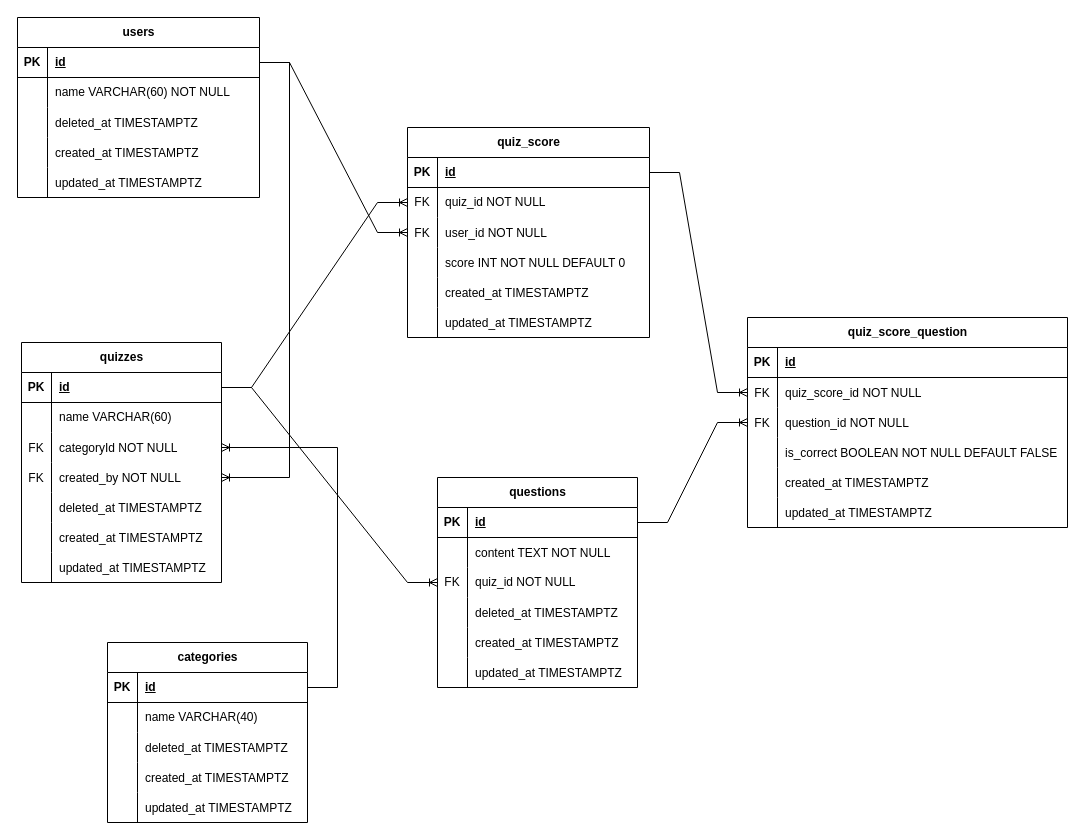
Above: docs/diagramaLogico.drawio in yandevv/backend-intelliquiz (draw.io), before the change. Source tidied: cells renumbered, new cells numbered last; positions are measured from the earlier drawing's top-left corner, leaving out a move shared by most shapes. Both pictures are drawn from the tidied source at 100%, with x=0, y=0 at pixel (17, 17).
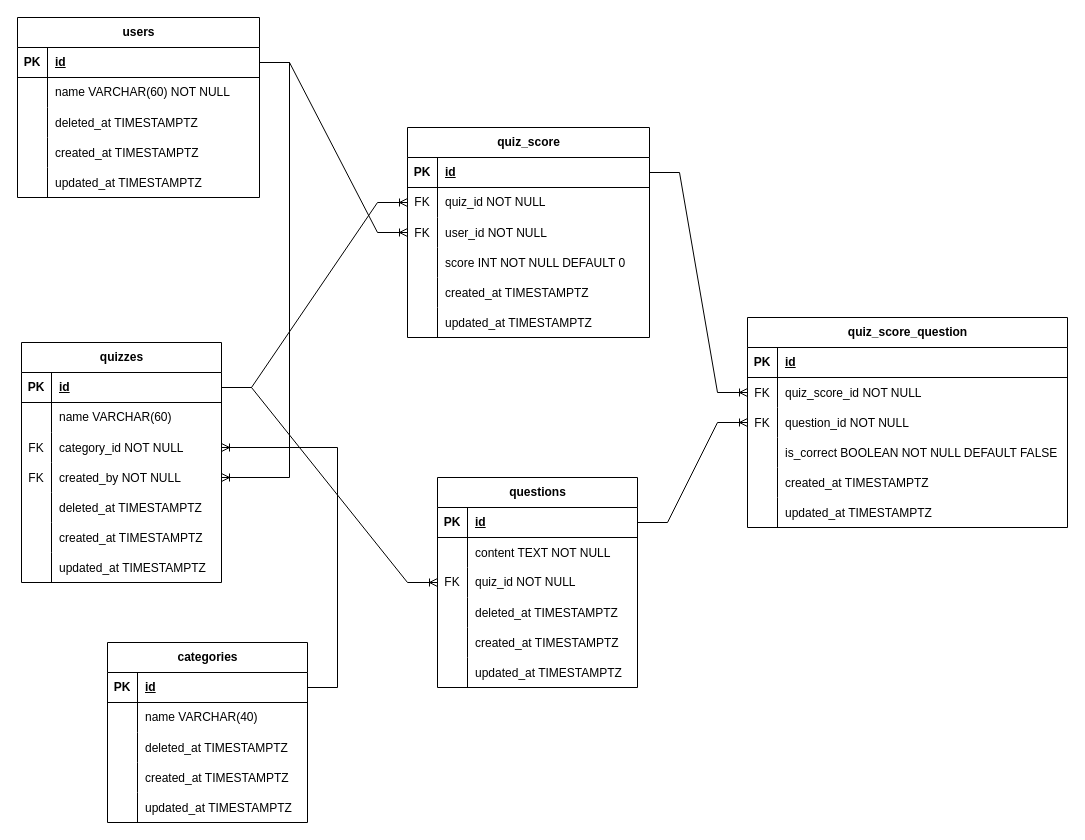
Above is the later version.

Commit message (it also covers changes not shown here):
docs(logicalDiagram): added createdBy user's column on quizzes

The change refers to these unchanged cells:
```xml
<mxCell id="25" style="shape=tableRow;horizontal=0;startSize=0;swimlaneHead=0;swimlaneBody=0;fillColor=none;points=[[0,0.5],[1,0.5]];portConstraint=eastwest;top=0;left=0;right=0;bottom=0;" parent="18" vertex="1">
  <mxGeometry y="90" width="200" height="30" as="geometry" />
</mxCell>
```

Diff of the diagram source:
```diff
@@
-    <mxCell id="27" value="categoryId NOT NULL" style="shape=partialRectangle;fillColor=none;top=0;left=0;bottom=0;right=0;align=left;spacingLeft=6;overflow=hidden;flipV=0;" parent="25" vertex="1">
+    <mxCell id="27" value="category_id NOT NULL" style="shape=partialRectangle;fillColor=none;top=0;left=0;bottom=0;right=0;align=left;spacingLeft=6;overflow=hidden;flipV=0;" parent="25" vertex="1">
       <mxGeometry x="30" width="170" height="30" as="geometry" />
     </mxCell>
```
